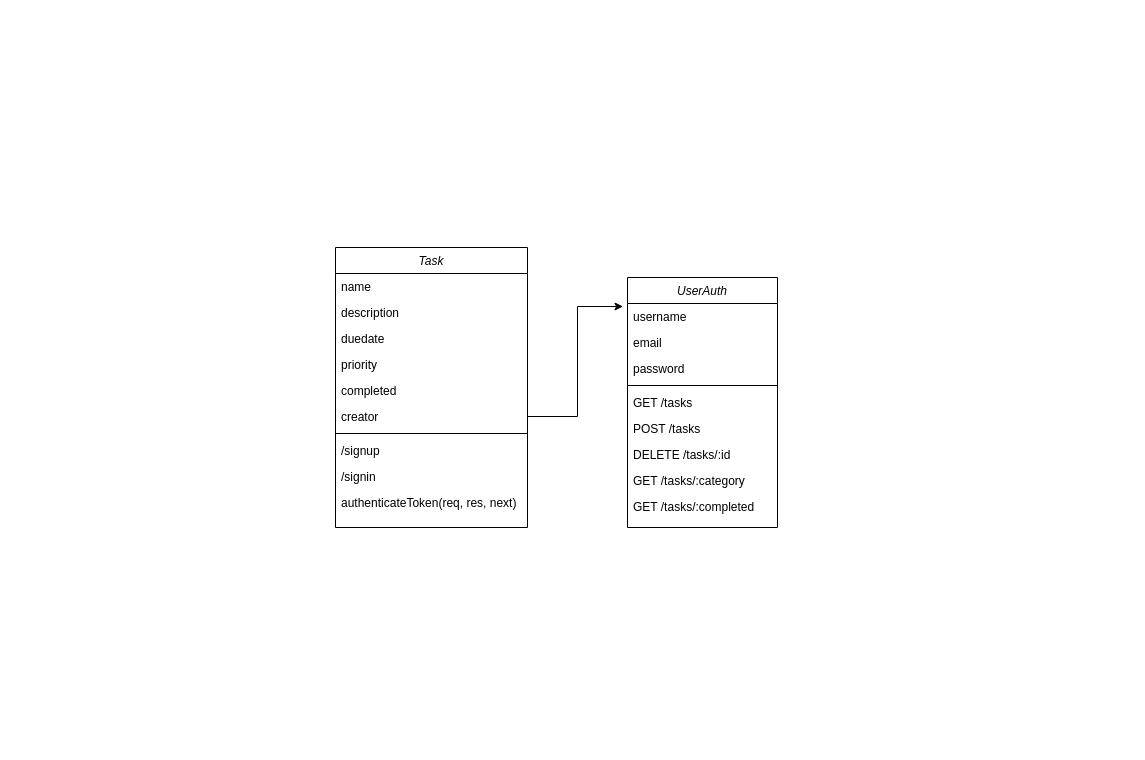
Above: UMLDataModel.drawio in SahilGoel05/COMPLEX_PANDAS (draw.io), before the change. Source tidied: cells renumbered, new cells numbered last; positions are measured from the earlier drawing's top-left corner, leaving out a move shared by most shapes. Both pictures are drawn from the tidied source at 100%, with x=0, y=0 at pixel (335, 247).
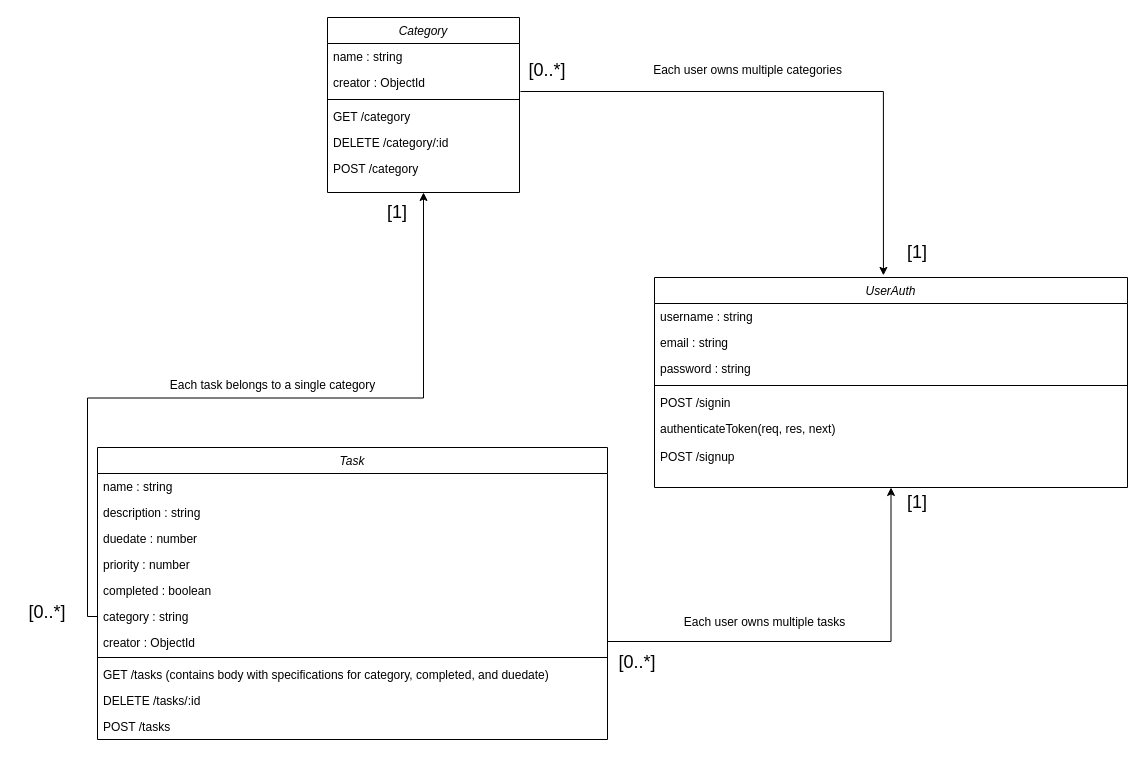
Above is the later version.

What changed in the source:
```diff
@@
     <mxCell id="2" value="UserAuth" style="swimlane;fontStyle=2;align=center;verticalAlign=top;horizontal=1;startSize=26;rounded=0;shadow=0;strokeWidth=1;" parent="1" vertex="1">
-      <mxGeometry x="292" y="30" width="150" height="250" as="geometry" />
+      <mxGeometry x="319" y="30" width="473" height="210" as="geometry" />
     </mxCell>
-    <mxCell id="3" value="username" style="text;align=left;verticalAlign=top;spacingLeft=4;spacingRight=4;overflow=hidden;" parent="2" vertex="1">
-      <mxGeometry y="26" width="150" height="26" as="geometry" />
+    <mxCell id="3" value="username : string" style="text;align=left;verticalAlign=top;spacingLeft=4;spacingRight=4;overflow=hidden;" parent="2" vertex="1">
+      <mxGeometry y="26" width="473" height="26" as="geometry" />
     </mxCell>
-    <mxCell id="4" value="email" style="text;align=left;verticalAlign=top;spacingLeft=4;spacingRight=4;overflow=hidden;rounded=0;shadow=0;html=0;" parent="2" vertex="1">
-      <mxGeometry y="52" width="150" height="26" as="geometry" />
+    <mxCell id="4" value="email : string" style="text;align=left;verticalAlign=top;spacingLeft=4;spacingRight=4;overflow=hidden;rounded=0;shadow=0;html=0;" parent="2" vertex="1">
+      <mxGeometry y="52" width="473" height="26" as="geometry" />
     </mxCell>
-    <mxCell id="5" value="password" style="text;align=left;verticalAlign=top;spacingLeft=4;spacingRight=4;overflow=hidden;rounded=0;shadow=0;html=0;" parent="2" vertex="1">
-      <mxGeometry y="78" width="150" height="26" as="geometry" />
+    <mxCell id="5" value="password : string" style="text;align=left;verticalAlign=top;spacingLeft=4;spacingRight=4;overflow=hidden;rounded=0;shadow=0;html=0;" parent="2" vertex="1">
+      <mxGeometry y="78" width="473" height="26" as="geometry" />
     </mxCell>
     <mxCell id="6" style="line;html=1;strokeWidth=1;align=left;verticalAlign=middle;spacingTop=-1;spacingLeft=3;spacingRight=3;labelPosition=right;" parent="2" vertex="1">
-      <mxGeometry y="104" width="150" height="8" as="geometry" />
+      <mxGeometry y="104" width="473" height="8" as="geometry" />
     </mxCell>
-    <mxCell id="7" value="GET /tasks" style="text;align=left;verticalAlign=top;spacingLeft=4;spacingRight=4;overflow=hidden;" parent="2" vertex="1">
-      <mxGeometry y="112" width="150" height="26" as="geometry" />
-    </mxCell>
-    <mxCell id="8" value="POST /tasks" style="text;align=left;verticalAlign=top;spacingLeft=4;spacingRight=4;overflow=hidden;" parent="2" vertex="1">
-      <mxGeometry y="138" width="150" height="26" as="geometry" />
-    </mxCell>
-    <mxCell id="9" value="DELETE /tasks/:id" style="text;align=left;verticalAlign=top;spacingLeft=4;spacingRight=4;overflow=hidden;" parent="2" vertex="1">
-      <mxGeometry y="164" width="150" height="26" as="geometry" />
-    </mxCell>
-    <mxCell id="10" value="GET /tasks/:category" style="text;align=left;verticalAlign=top;spacingLeft=4;spacingRight=4;overflow=hidden;" parent="2" vertex="1">
-      <mxGeometry y="190" width="150" height="26" as="geometry" />
-    </mxCell>
-    <mxCell id="11" value="GET /tasks/:completed" style="text;align=left;verticalAlign=top;spacingLeft=4;spacingRight=4;overflow=hidden;" parent="2" vertex="1">
-      <mxGeometry y="216" width="150" height="26" as="geometry" />
-    </mxCell>
+    <mxCell id="24" value="POST /signin&#10;" style="text;align=left;verticalAlign=top;spacingLeft=4;spacingRight=4;overflow=hidden;rounded=0;shadow=0;html=0;" parent="2" vertex="1">
+      <mxGeometry y="112" width="473" height="26" as="geometry" />
+    </mxCell>
+    <mxCell id="22" value="authenticateToken(req, res, next)" style="text;align=left;verticalAlign=top;spacingLeft=4;spacingRight=4;overflow=hidden;rounded=0;shadow=0;html=0;" parent="2" vertex="1">
+      <mxGeometry y="138" width="473" height="28" as="geometry" />
+    </mxCell>
+    <mxCell id="25" value="POST /signup&#10;" style="text;align=left;verticalAlign=top;spacingLeft=4;spacingRight=4;overflow=hidden;rounded=0;shadow=0;html=0;" parent="2" vertex="1">
+      <mxGeometry y="166" width="473" height="26" as="geometry" />
+    </mxCell>
     <mxCell id="12" value="Task" style="swimlane;fontStyle=2;align=center;verticalAlign=top;horizontal=1;startSize=26;rounded=0;shadow=0;strokeWidth=1;" parent="1" vertex="1">
-      <mxGeometry width="192" height="280" as="geometry" />
+      <mxGeometry x="-238" y="200" width="510" height="292" as="geometry" />
     </mxCell>
-    <mxCell id="13" value="name" style="text;align=left;verticalAlign=top;spacingLeft=4;spacingRight=4;overflow=hidden;" parent="12" vertex="1">
-      <mxGeometry y="26" width="192" height="26" as="geometry" />
+    <mxCell id="13" value="name : string" style="text;align=left;verticalAlign=top;spacingLeft=4;spacingRight=4;overflow=hidden;" parent="12" vertex="1">
+      <mxGeometry y="26" width="510" height="26" as="geometry" />
     </mxCell>
-    <mxCell id="14" value="description" style="text;align=left;verticalAlign=top;spacingLeft=4;spacingRight=4;overflow=hidden;rounded=0;shadow=0;html=0;" parent="12" vertex="1">
-      <mxGeometry y="52" width="192" height="26" as="geometry" />
+    <mxCell id="14" value="description : string" style="text;align=left;verticalAlign=top;spacingLeft=4;spacingRight=4;overflow=hidden;rounded=0;shadow=0;html=0;" parent="12" vertex="1">
+      <mxGeometry y="52" width="510" height="26" as="geometry" />
     </mxCell>
-    <mxCell id="15" value="duedate" style="text;align=left;verticalAlign=top;spacingLeft=4;spacingRight=4;overflow=hidden;rounded=0;shadow=0;html=0;" parent="12" vertex="1">
-      <mxGeometry y="78" width="192" height="26" as="geometry" />
+    <mxCell id="15" value="duedate : number" style="text;align=left;verticalAlign=top;spacingLeft=4;spacingRight=4;overflow=hidden;rounded=0;shadow=0;html=0;" parent="12" vertex="1">
+      <mxGeometry y="78" width="510" height="26" as="geometry" />
     </mxCell>
-    <mxCell id="16" value="priority" style="text;align=left;verticalAlign=top;spacingLeft=4;spacingRight=4;overflow=hidden;rounded=0;shadow=0;html=0;" parent="12" vertex="1">
-      <mxGeometry y="104" width="192" height="26" as="geometry" />
+    <mxCell id="16" value="priority : number" style="text;align=left;verticalAlign=top;spacingLeft=4;spacingRight=4;overflow=hidden;rounded=0;shadow=0;html=0;" parent="12" vertex="1">
+      <mxGeometry y="104" width="510" height="26" as="geometry" />
     </mxCell>
-    <mxCell id="17" value="completed" style="text;align=left;verticalAlign=top;spacingLeft=4;spacingRight=4;overflow=hidden;rounded=0;shadow=0;html=0;" parent="12" vertex="1">
-      <mxGeometry y="130" width="192" height="26" as="geometry" />
+    <mxCell id="17" value="completed : boolean" style="text;align=left;verticalAlign=top;spacingLeft=4;spacingRight=4;overflow=hidden;rounded=0;shadow=0;html=0;" parent="12" vertex="1">
+      <mxGeometry y="130" width="510" height="26" as="geometry" />
     </mxCell>
+    <mxCell id="26" value="category : string" style="text;align=left;verticalAlign=top;spacingLeft=4;spacingRight=4;overflow=hidden;points=[[0,0.5],[1,0.5]];portConstraint=eastwest;rounded=0;shadow=0;html=0;" parent="12" vertex="1">
+      <mxGeometry y="156" width="510" height="26" as="geometry" />
+    </mxCell>
-    <mxCell id="18" value="creator" style="text;align=left;verticalAlign=top;spacingLeft=4;spacingRight=4;overflow=hidden;points=[[0,0.5],[1,0.5]];portConstraint=eastwest;rounded=0;shadow=0;html=0;" parent="12" vertex="1">
-      <mxGeometry y="156" width="192" height="26" as="geometry" />
+    <mxCell id="18" value="creator : ObjectId" style="text;align=left;verticalAlign=top;spacingLeft=4;spacingRight=4;overflow=hidden;points=[[0,0.5],[1,0.5]];portConstraint=eastwest;rounded=0;shadow=0;html=0;" parent="12" vertex="1">
+      <mxGeometry y="182" width="510" height="24" as="geometry" />
     </mxCell>
     <mxCell id="19" style="line;html=1;strokeWidth=1;align=left;verticalAlign=middle;spacingTop=-1;spacingLeft=3;spacingRight=3;labelPosition=right;" parent="12" vertex="1">
-      <mxGeometry y="182" width="192" height="8" as="geometry" />
+      <mxGeometry y="206" width="510" height="8" as="geometry" />
     </mxCell>
-    <mxCell id="20" value="/signup&#10;" style="text;align=left;verticalAlign=top;spacingLeft=4;spacingRight=4;overflow=hidden;rounded=0;shadow=0;html=0;" parent="12" vertex="1">
-      <mxGeometry y="190" width="192" height="26" as="geometry" />
-    </mxCell>
-    <mxCell id="21" value="/signin&#10;" style="text;align=left;verticalAlign=top;spacingLeft=4;spacingRight=4;overflow=hidden;rounded=0;shadow=0;html=0;" parent="12" vertex="1">
-      <mxGeometry y="216" width="192" height="26" as="geometry" />
-    </mxCell>
-    <mxCell id="22" value="authenticateToken(req, res, next)" style="text;align=left;verticalAlign=top;spacingLeft=4;spacingRight=4;overflow=hidden;rounded=0;shadow=0;html=0;" parent="12" vertex="1">
-      <mxGeometry y="242" width="192" height="28" as="geometry" />
-    </mxCell>
+    <mxCell id="27" value="GET /tasks (contains body with specifications for category, completed, and duedate)" style="text;align=left;verticalAlign=top;spacingLeft=4;spacingRight=4;overflow=hidden;" parent="12" vertex="1">
+      <mxGeometry y="214" width="510" height="26" as="geometry" />
+    </mxCell>
+    <mxCell id="9" value="DELETE /tasks/:id" style="text;align=left;verticalAlign=top;spacingLeft=4;spacingRight=4;overflow=hidden;" parent="12" vertex="1">
+      <mxGeometry y="240" width="510" height="26" as="geometry" />
+    </mxCell>
+    <mxCell id="8" value="POST /tasks" style="text;align=left;verticalAlign=top;spacingLeft=4;spacingRight=4;overflow=hidden;" parent="12" vertex="1">
+      <mxGeometry y="266" width="510" height="26" as="geometry" />
+    </mxCell>
+    <mxCell id="28" value="Category" style="swimlane;fontStyle=2;align=center;verticalAlign=top;horizontal=1;startSize=26;rounded=0;shadow=0;strokeWidth=1;" parent="1" vertex="1">
+      <mxGeometry x="-8" y="-230" width="192" height="175" as="geometry" />
+    </mxCell>
+    <mxCell id="29" value="name : string" style="text;align=left;verticalAlign=top;spacingLeft=4;spacingRight=4;overflow=hidden;" parent="28" vertex="1">
+      <mxGeometry y="26" width="192" height="26" as="geometry" />
+    </mxCell>
+    <mxCell id="30" value="creator : ObjectId" style="text;align=left;verticalAlign=top;spacingLeft=4;spacingRight=4;overflow=hidden;points=[[0,0.5],[1,0.5]];portConstraint=eastwest;rounded=0;shadow=0;html=0;" parent="28" vertex="1">
+      <mxGeometry y="52" width="192" height="26" as="geometry" />
+    </mxCell>
+    <mxCell id="31" style="line;html=1;strokeWidth=1;align=left;verticalAlign=middle;spacingTop=-1;spacingLeft=3;spacingRight=3;labelPosition=right;" parent="28" vertex="1">
+      <mxGeometry y="78" width="192" height="8" as="geometry" />
+    </mxCell>
+    <mxCell id="32" value="GET /category&#10;" style="text;align=left;verticalAlign=top;spacingLeft=4;spacingRight=4;overflow=hidden;rounded=0;shadow=0;html=0;" parent="28" vertex="1">
+      <mxGeometry y="86" width="192" height="26" as="geometry" />
+    </mxCell>
+    <mxCell id="33" value="DELETE /category/:id&#10;" style="text;align=left;verticalAlign=top;spacingLeft=4;spacingRight=4;overflow=hidden;rounded=0;shadow=0;html=0;" parent="28" vertex="1">
+      <mxGeometry y="112" width="192" height="26" as="geometry" />
+    </mxCell>
+    <mxCell id="34" value="POST /category&#10;" style="text;align=left;verticalAlign=top;spacingLeft=4;spacingRight=4;overflow=hidden;rounded=0;shadow=0;html=0;" parent="28" vertex="1">
+      <mxGeometry y="138" width="192" height="26" as="geometry" />
+    </mxCell>
+    <mxCell id="35" value="Each user owns multiple categories" style="text;html=1;align=center;verticalAlign=middle;strokeColor=none;fillColor=none;" parent="1" vertex="1">
+      <mxGeometry x="307" y="-192" width="210" height="30" as="geometry" />
+    </mxCell>
+    <mxCell id="36" value="Each user owns multiple tasks" style="text;html=1;align=center;verticalAlign=middle;strokeColor=none;fillColor=none;" parent="1" vertex="1">
+      <mxGeometry x="339" y="360" width="180" height="30" as="geometry" />
+    </mxCell>
+    <mxCell id="37" value="Each task belongs to a single category" style="text;html=1;align=center;verticalAlign=middle;strokeColor=none;fillColor=none;" parent="1" vertex="1">
+      <mxGeometry x="-178" y="123" width="230" height="30" as="geometry" />
+    </mxCell>
+    <mxCell id="38" style="endArrow=classic;html=1;rounded=0;exitX=1.005;exitY=0.846;exitDx=0;exitDy=0;exitPerimeter=0;entryX=0.484;entryY=-0.01;entryDx=0;entryDy=0;entryPerimeter=0;edgeStyle=orthogonalEdgeStyle;" parent="1" edge="1" source="30" target="2">
+      <mxGeometry relative="1" as="geometry" />
+    </mxCell>
+    <mxCell id="39" style="endArrow=classic;html=1;rounded=0;entryX=0.5;entryY=1;entryDx=0;entryDy=0;exitX=0;exitY=0.5;exitDx=0;exitDy=0;edgeStyle=orthogonalEdgeStyle;" parent="1" edge="1" source="26" target="28">
+      <mxGeometry relative="1" as="geometry" />
+    </mxCell>
-    <mxCell id="23" style="edgeStyle=orthogonalEdgeStyle;rounded=0;jettySize=auto;html=1;entryX=-0.03;entryY=0.116;entryDx=0;entryDy=0;entryPerimeter=0;" parent="1" edge="1" source="18" target="2">
+    <mxCell id="23" style="endArrow=classic;html=1;rounded=0;entryX=0.5;entryY=1;entryDx=0;entryDy=0;exitX=1;exitY=0.5;exitDx=0;exitDy=0;edgeStyle=orthogonalEdgeStyle;" parent="1" edge="1" source="18" target="2">
       <mxGeometry relative="1" as="geometry" />
     </mxCell>
+    <mxCell id="40" value="&lt;font style=&quot;font-size: 18px;&quot;&gt;[0..*]&lt;/font&gt;" style="text;html=1;align=center;verticalAlign=middle;whiteSpace=wrap;rounded=0;" parent="1" vertex="1">
+      <mxGeometry x="182" y="-192" width="60" height="30" as="geometry" />
+    </mxCell>
+    <mxCell id="41" value="&lt;span style=&quot;font-size: 18px;&quot;&gt;[1]&lt;/span&gt;" style="text;html=1;align=center;verticalAlign=middle;whiteSpace=wrap;rounded=0;" parent="1" vertex="1">
+      <mxGeometry x="552" y="-10" width="60" height="30" as="geometry" />
+    </mxCell>
+    <mxCell id="42" value="&lt;span style=&quot;font-size: 18px;&quot;&gt;[1]&lt;/span&gt;" style="text;html=1;align=center;verticalAlign=middle;whiteSpace=wrap;rounded=0;" parent="1" vertex="1">
+      <mxGeometry x="32" y="-50" width="60" height="30" as="geometry" />
+    </mxCell>
+    <mxCell id="43" value="&lt;span style=&quot;font-size: 18px;&quot;&gt;[0..*]&lt;/span&gt;" style="text;html=1;align=center;verticalAlign=middle;whiteSpace=wrap;rounded=0;" parent="1" vertex="1">
+      <mxGeometry x="-318" y="350" width="60" height="30" as="geometry" />
+    </mxCell>
+    <mxCell id="44" value="&lt;span style=&quot;font-size: 18px;&quot;&gt;[0..*]&lt;/span&gt;" style="text;html=1;align=center;verticalAlign=middle;whiteSpace=wrap;rounded=0;" parent="1" vertex="1">
+      <mxGeometry x="272" y="400" width="60" height="30" as="geometry" />
+    </mxCell>
+    <mxCell id="45" value="&lt;span style=&quot;font-size: 18px;&quot;&gt;[1]&lt;/span&gt;" style="text;html=1;align=center;verticalAlign=middle;whiteSpace=wrap;rounded=0;" parent="1" vertex="1">
+      <mxGeometry x="552" y="240" width="60" height="30" as="geometry" />
+    </mxCell>
```
